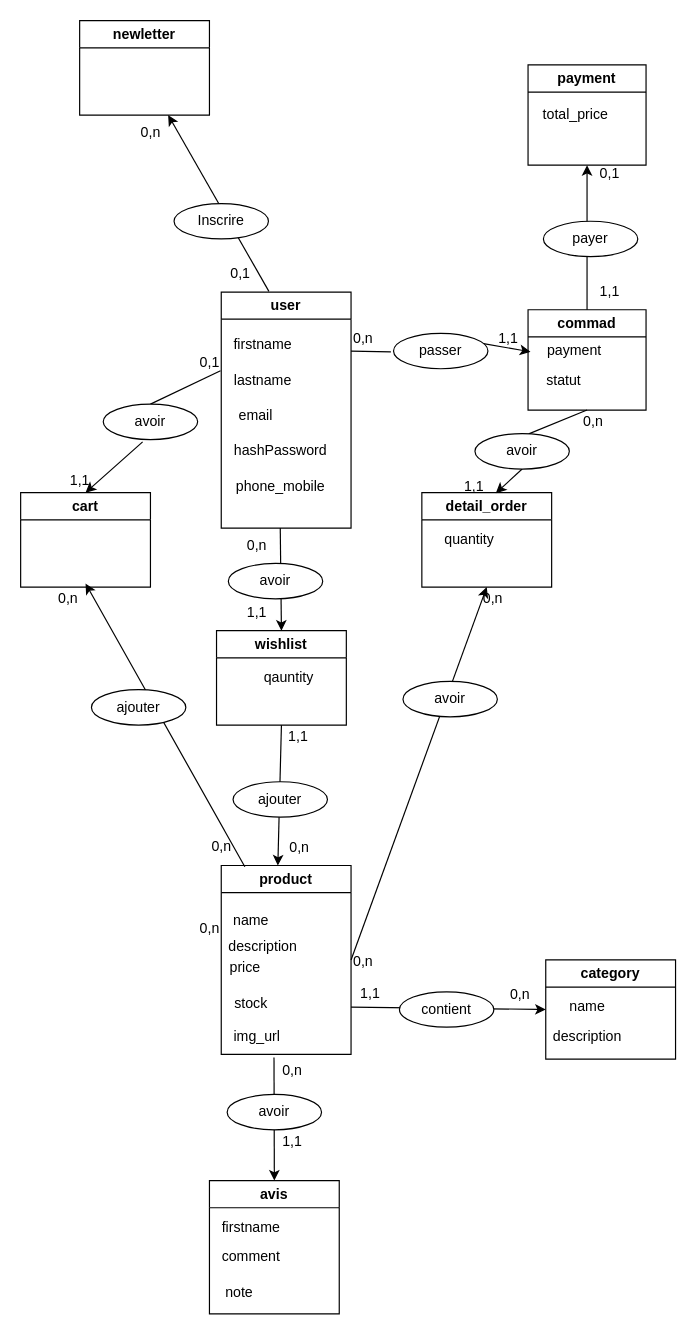
This is page "MCD" (1 of 2) of backend/conception/MCD.drawio from meriemchikha/final_project, a draw.io file, before an edit. Source tidied: cells renumbered, new cells numbered last; positions are measured from the earlier drawing's top-left corner, leaving out a move shared by most shapes. Both pictures are drawn from the tidied source at 118%, with x=0, y=0 at pixel (20, 20).
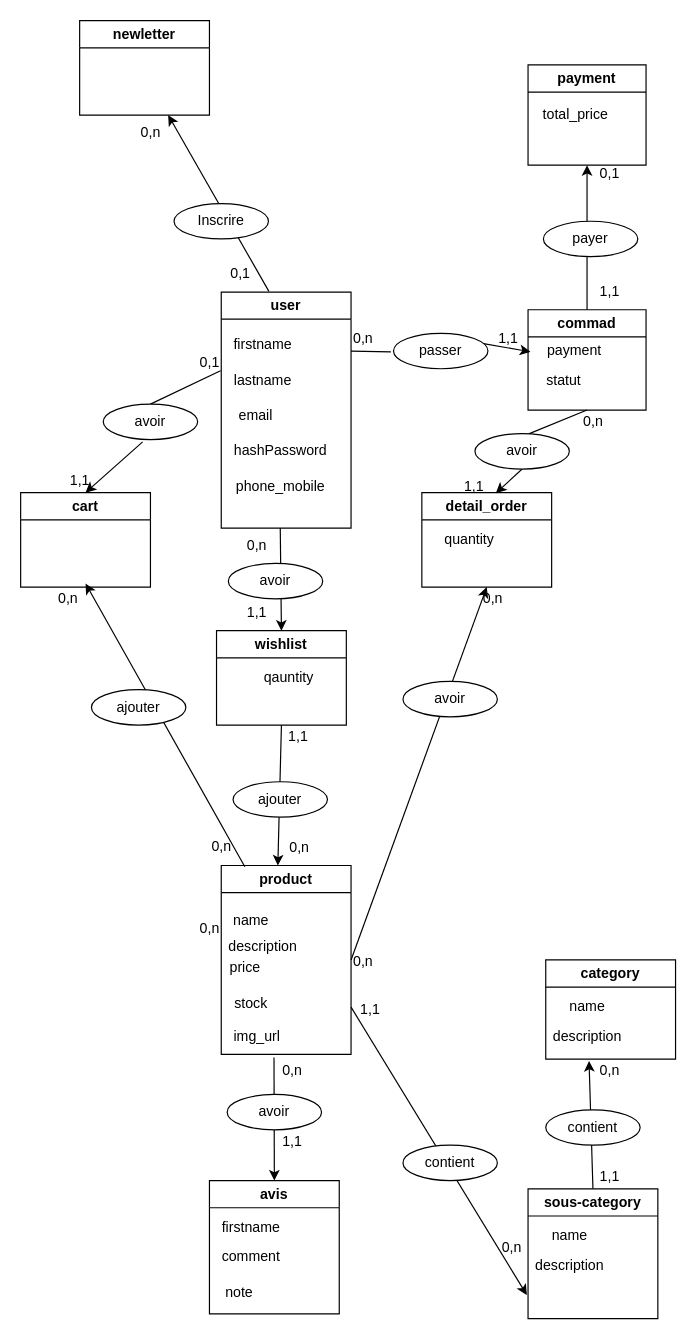
The same page after the edit.

Unchanged cells that the change refers to:
```xml
<mxCell id="29" value="product" style="swimlane;whiteSpace=wrap;html=1;startSize=23;" parent="1" vertex="1">
  <mxGeometry x="170" y="716" width="110" height="160" as="geometry" />
</mxCell>
<mxCell id="56" value="category" style="swimlane;whiteSpace=wrap;html=1;startSize=23;" parent="1" vertex="1">
  <mxGeometry x="445" y="796" width="110" height="84" as="geometry" />
</mxCell>
<mxCell id="58" value="description" style="text;html=1;align=center;verticalAlign=middle;points=[];strokeColor=none;fillColor=none;" parent="56" vertex="1">
  <mxGeometry x="-5" y="50" width="80" height="30" as="geometry" />
</mxCell>
```

Diff of the diagram source:
```diff
@@
-    <mxCell id="59" style="endArrow=classic;html=1;entryX=0;entryY=0.5;entryDx=0;entryDy=0;exitX=1;exitY=0.75;exitDx=0;exitDy=0;" parent="1" edge="1" source="29" target="56">
-      <mxGeometry relative="1" as="geometry" />
+    <mxCell id="59" style="endArrow=classic;html=1;exitX=1;exitY=0.75;exitDx=0;exitDy=0;" parent="1" edge="1" source="29">
+      <mxGeometry relative="1" as="geometry">
+        <mxPoint x="429" y="1080" as="targetPoint" />
+      </mxGeometry>
     </mxCell>
     <mxCell id="60" value="0,n" style="text;html=1;align=center;verticalAlign=middle;strokeColor=none;fillColor=none;" parent="1" vertex="1">
-      <mxGeometry x="403" y="811" width="40" height="30" as="geometry" />
+      <mxGeometry x="396" y="1024.5" width="40" height="30" as="geometry" />
     </mxCell>
     <mxCell id="61" value="1,1" style="text;html=1;align=center;verticalAlign=middle;strokeColor=none;fillColor=none;" parent="1" vertex="1">
-      <mxGeometry x="276" y="810" width="40" height="30" as="geometry" />
+      <mxGeometry x="276" y="823" width="40" height="30" as="geometry" />
     </mxCell>
@@
     <mxCell id="73" value="contient" style="ellipse;whiteSpace=wrap;html=1;" parent="1" vertex="1">
-      <mxGeometry x="321" y="823" width="80" height="30" as="geometry" />
+      <mxGeometry x="324" y="953" width="80" height="30" as="geometry" />
     </mxCell>
@@
+    <mxCell id="80" value="sous-category" style="swimlane;whiteSpace=wrap;html=1;startSize=23;" parent="1" vertex="1">
+      <mxGeometry x="430" y="990" width="110" height="110" as="geometry" />
+    </mxCell>
+    <mxCell id="81" value="name" style="text;html=1;align=center;verticalAlign=middle;strokeColor=none;fillColor=none;" parent="80" vertex="1">
+      <mxGeometry x="10" y="25" width="50" height="30" as="geometry" />
+    </mxCell>
+    <mxCell id="82" value="description" style="text;html=1;align=center;verticalAlign=middle;strokeColor=none;fillColor=none;" parent="80" vertex="1">
+      <mxGeometry x="-5" y="50" width="80" height="30" as="geometry" />
+    </mxCell>
+    <mxCell id="83" style="endArrow=classic;html=1;exitX=0.5;exitY=0;exitDx=0;exitDy=0;entryX=0.521;entryY=1.189;entryDx=0;entryDy=0;entryPerimeter=0;" parent="1" edge="1" source="80" target="58">
+      <mxGeometry relative="1" as="geometry" />
+    </mxCell>
+    <mxCell id="84" value="contient" style="ellipse;whiteSpace=wrap;html=1;" parent="1" vertex="1">
+      <mxGeometry x="445" y="923" width="80" height="30" as="geometry" />
+    </mxCell>
+    <mxCell id="85" value="1,1" style="text;html=1;align=center;verticalAlign=middle;strokeColor=none;fillColor=none;" parent="1" vertex="1">
+      <mxGeometry x="479" y="965" width="40" height="30" as="geometry" />
+    </mxCell>
+    <mxCell id="86" value="0,n" style="text;html=1;align=center;verticalAlign=middle;strokeColor=none;fillColor=none;" parent="1" vertex="1">
+      <mxGeometry x="479" y="875" width="40" height="30" as="geometry" />
+    </mxCell>
```
